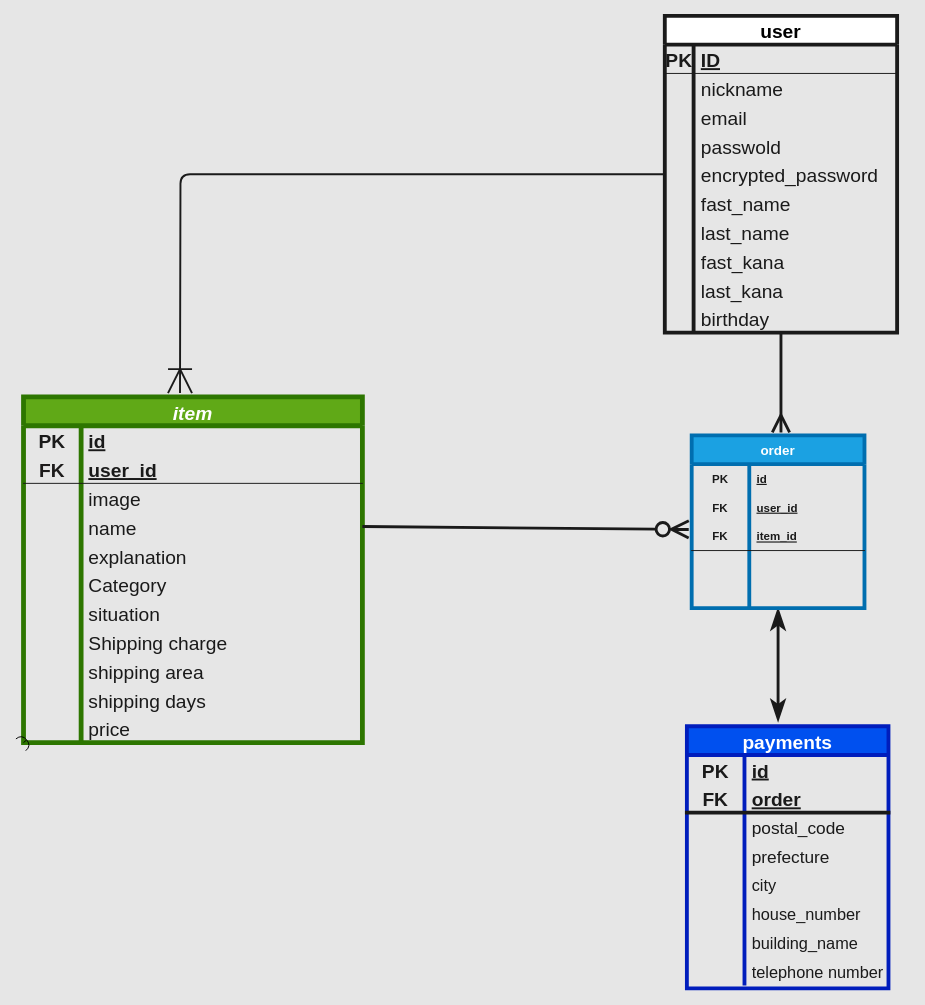
The draw.io diagram page "ページ1" (1 of 2) of furima.dio in mugiwararf/furima-38928, before the edit. Source tidied: cells renumbered, new cells numbered last; positions are measured from the earlier drawing's top-left corner, leaving out a move shared by most shapes. Both pictures are drawn from the tidied source at 96%, with x=0, y=0 at pixel (23, 15).
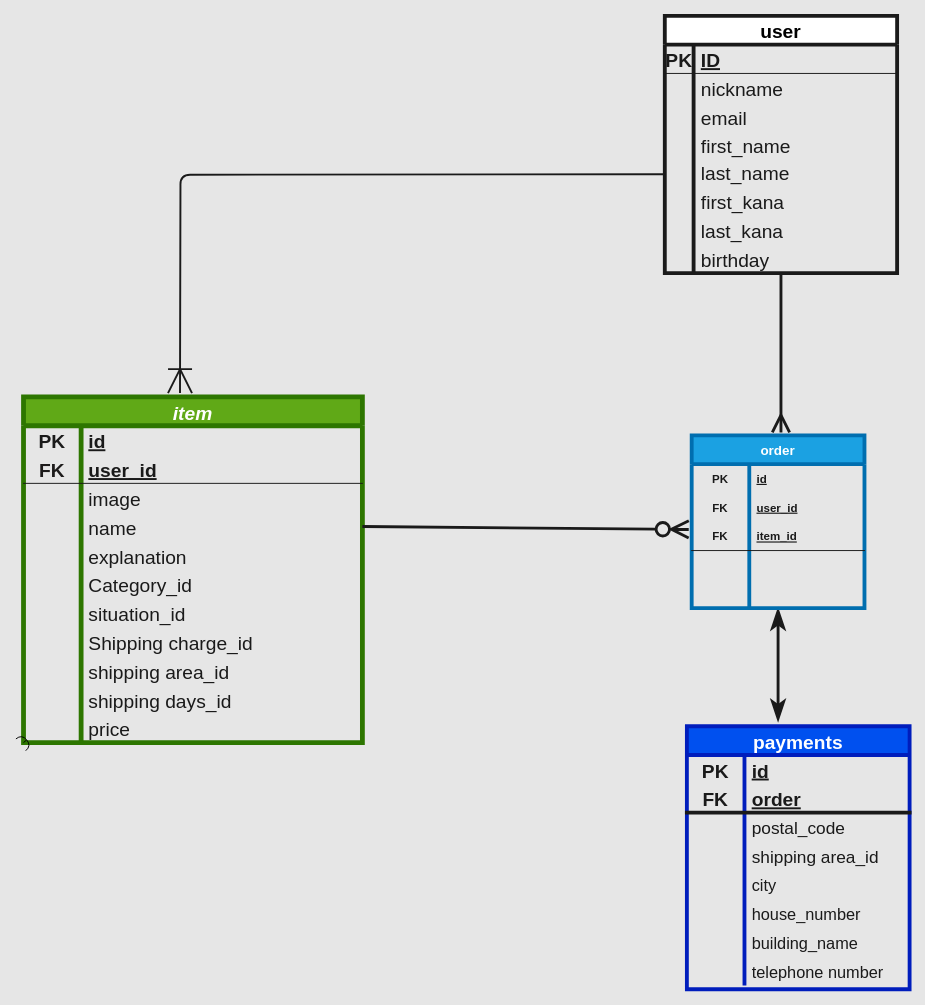
Above is the later version.

The change refers to these unchanged cells:
```xml
<mxCell id="50" style="shape=tableRow;horizontal=0;startSize=0;swimlaneHead=0;swimlaneBody=0;fillColor=none;top=0;left=0;right=0;bottom=0;fontSize=20;" parent="34" vertex="1">
  <mxGeometry y="180" width="353" height="30" as="geometry" />
</mxCell>
<mxCell id="53" style="shape=tableRow;horizontal=0;startSize=0;swimlaneHead=0;swimlaneBody=0;fillColor=none;top=0;left=0;right=0;bottom=0;fontSize=20;" parent="34" vertex="1">
  <mxGeometry y="210" width="353" height="30" as="geometry" />
</mxCell>
<mxCell id="56" style="shape=tableRow;horizontal=0;startSize=0;swimlaneHead=0;swimlaneBody=0;fillColor=none;top=0;left=0;right=0;bottom=0;fontSize=20;" parent="34" vertex="1">
  <mxGeometry y="240" width="353" height="30" as="geometry" />
</mxCell>
<mxCell id="59" style="shape=tableRow;horizontal=0;startSize=0;swimlaneHead=0;swimlaneBody=0;fillColor=none;top=0;left=0;right=0;bottom=0;fontSize=20;" parent="34" vertex="1">
  <mxGeometry y="270" width="353" height="30" as="geometry" />
</mxCell>
<mxCell id="62" style="shape=tableRow;horizontal=0;startSize=0;swimlaneHead=0;swimlaneBody=0;fillColor=none;top=0;left=0;right=0;bottom=0;fontSize=20;" parent="34" vertex="1">
  <mxGeometry y="300" width="353" height="30" as="geometry" />
</mxCell>
```

Diff of the diagram source:
```diff
@@
     <mxCell id="3" value="user" style="shape=table;startSize=30;childLayout=tableLayout;rowLines=0;fontStyle=1;align=center;fontSize=20;strokeColor=#1A1A1A;strokeWidth=4;" parent="1" vertex="1">
-      <mxGeometry x="668" width="242" height="330" as="geometry" />
+      <mxGeometry x="668" width="242" height="268" as="geometry" />
     </mxCell>
@@
-    <mxCell id="13" style="shape=tableRow;horizontal=0;startSize=0;swimlaneHead=0;swimlaneBody=0;fillColor=none;top=0;left=0;right=0;bottom=0;fontSize=20;" parent="3" vertex="1">
-      <mxGeometry y="120" width="242" height="30" as="geometry" />
-    </mxCell>
-    <mxCell id="14" style="shape=partialRectangle;fillColor=none;top=0;left=0;bottom=0;right=0;overflow=hidden;fontSize=20;" parent="13" vertex="1">
-      <mxGeometry width="30" height="30" as="geometry" />
-    </mxCell>
-    <mxCell id="15" value="passwold" style="shape=partialRectangle;fillColor=none;top=0;left=0;bottom=0;right=0;align=left;spacingLeft=6;overflow=hidden;fontSize=20;fontColor=#1A1A1A;" parent="13" vertex="1">
-      <mxGeometry x="30" width="212" height="30" as="geometry" />
-    </mxCell>
-    <mxCell id="16" style="shape=tableRow;horizontal=0;startSize=0;swimlaneHead=0;swimlaneBody=0;fillColor=none;points=[[0,0.5],[1,0.5]];portConstraint=eastwest;top=0;left=0;right=0;bottom=0;fontSize=20;" parent="3" vertex="1">
-      <mxGeometry y="150" width="242" height="30" as="geometry" />
-    </mxCell>
-    <mxCell id="17" style="shape=partialRectangle;fillColor=none;top=0;left=0;bottom=0;right=0;overflow=hidden;fontSize=20;" parent="16" vertex="1">
-      <mxGeometry width="30" height="30" as="geometry" />
-    </mxCell>
-    <mxCell id="18" value="encrypted_password" style="shape=partialRectangle;fillColor=none;top=0;left=0;bottom=0;right=0;align=left;spacingLeft=6;overflow=hidden;fontSize=20;fontColor=#1A1A1A;" parent="16" vertex="1">
-      <mxGeometry x="30" width="212" height="30" as="geometry" />
-    </mxCell>
     <mxCell id="19" style="shape=tableRow;horizontal=0;startSize=0;swimlaneHead=0;swimlaneBody=0;fillColor=none;top=0;left=0;right=0;bottom=0;fontSize=20;" parent="3" vertex="1">
-      <mxGeometry y="180" width="242" height="30" as="geometry" />
+      <mxGeometry y="120" width="242" height="28" as="geometry" />
     </mxCell>
     <mxCell id="20" style="shape=partialRectangle;fillColor=none;top=0;left=0;bottom=0;right=0;overflow=hidden;fontSize=20;" parent="19" vertex="1">
-      <mxGeometry width="30" height="30" as="geometry" />
+      <mxGeometry width="30" height="28" as="geometry" />
     </mxCell>
-    <mxCell id="21" value="fast_name" style="shape=partialRectangle;fillColor=none;top=0;left=0;bottom=0;right=0;align=left;spacingLeft=6;overflow=hidden;fontSize=20;fontColor=#1A1A1A;" parent="19" vertex="1">
-      <mxGeometry x="30" width="212" height="30" as="geometry" />
+    <mxCell id="21" value="first_name" style="shape=partialRectangle;fillColor=none;top=0;left=0;bottom=0;right=0;align=left;spacingLeft=6;overflow=hidden;fontSize=20;fontColor=#1A1A1A;" parent="19" vertex="1">
+      <mxGeometry x="30" width="212" height="28" as="geometry" />
     </mxCell>
     <mxCell id="22" style="shape=tableRow;horizontal=0;startSize=0;swimlaneHead=0;swimlaneBody=0;fillColor=none;top=0;left=0;right=0;bottom=0;fontSize=20;" parent="3" vertex="1">
-      <mxGeometry y="210" width="242" height="30" as="geometry" />
+      <mxGeometry y="148" width="242" height="30" as="geometry" />
     </mxCell>
@@
     <mxCell id="25" style="shape=tableRow;horizontal=0;startSize=0;swimlaneHead=0;swimlaneBody=0;fillColor=none;top=0;left=0;right=0;bottom=0;fontSize=20;" parent="3" vertex="1">
-      <mxGeometry y="240" width="242" height="30" as="geometry" />
+      <mxGeometry y="178" width="242" height="30" as="geometry" />
     </mxCell>
@@
-    <mxCell id="27" value="fast_kana" style="shape=partialRectangle;fillColor=none;top=0;left=0;bottom=0;right=0;align=left;spacingLeft=6;overflow=hidden;fontSize=20;fontColor=#1A1A1A;" parent="25" vertex="1">
+    <mxCell id="27" value="first_kana" style="shape=partialRectangle;fillColor=none;top=0;left=0;bottom=0;right=0;align=left;spacingLeft=6;overflow=hidden;fontSize=20;fontColor=#1A1A1A;" parent="25" vertex="1">
       <mxGeometry x="30" width="212" height="30" as="geometry" />
     </mxCell>
     <mxCell id="28" style="shape=tableRow;horizontal=0;startSize=0;swimlaneHead=0;swimlaneBody=0;fillColor=none;top=0;left=0;right=0;bottom=0;fontSize=20;" parent="3" vertex="1">
-      <mxGeometry y="270" width="242" height="30" as="geometry" />
+      <mxGeometry y="208" width="242" height="30" as="geometry" />
     </mxCell>
@@
     <mxCell id="31" style="shape=tableRow;horizontal=0;startSize=0;swimlaneHead=0;swimlaneBody=0;fillColor=none;top=0;left=0;right=0;bottom=0;fontSize=20;" parent="3" vertex="1">
-      <mxGeometry y="300" width="242" height="30" as="geometry" />
+      <mxGeometry y="238" width="242" height="30" as="geometry" />
     </mxCell>
@@
-    <mxCell id="52" value="Category" style="shape=partialRectangle;fillColor=none;top=0;left=0;bottom=0;right=0;align=left;spacingLeft=6;overflow=hidden;fontSize=20;fontColor=#1A1A1A;" parent="50" vertex="1">
+    <mxCell id="52" value="Category_id" style="shape=partialRectangle;fillColor=none;top=0;left=0;bottom=0;right=0;align=left;spacingLeft=6;overflow=hidden;fontSize=20;fontColor=#1A1A1A;" parent="50" vertex="1">
       <mxGeometry x="60" width="293" height="30" as="geometry" />
     </mxCell>
@@
-    <mxCell id="55" value="situation" style="shape=partialRectangle;fillColor=none;top=0;left=0;bottom=0;right=0;align=left;spacingLeft=6;overflow=hidden;fontSize=20;fontColor=#1A1A1A;" parent="53" vertex="1">
+    <mxCell id="55" value="situation_id" style="shape=partialRectangle;fillColor=none;top=0;left=0;bottom=0;right=0;align=left;spacingLeft=6;overflow=hidden;fontSize=20;fontColor=#1A1A1A;" parent="53" vertex="1">
       <mxGeometry x="60" width="293" height="30" as="geometry" />
     </mxCell>
@@
-    <mxCell id="58" value="Shipping charge" style="shape=partialRectangle;fillColor=none;top=0;left=0;bottom=0;right=0;align=left;spacingLeft=6;overflow=hidden;fontSize=20;fontColor=#1A1A1A;" parent="56" vertex="1">
+    <mxCell id="58" value="Shipping charge_id" style="shape=partialRectangle;fillColor=none;top=0;left=0;bottom=0;right=0;align=left;spacingLeft=6;overflow=hidden;fontSize=20;fontColor=#1A1A1A;" parent="56" vertex="1">
       <mxGeometry x="60" width="293" height="30" as="geometry" />
     </mxCell>
@@
-    <mxCell id="61" value="shipping area" style="shape=partialRectangle;fillColor=none;top=0;left=0;bottom=0;right=0;align=left;spacingLeft=6;overflow=hidden;fontSize=20;fontColor=#1A1A1A;" parent="59" vertex="1">
+    <mxCell id="61" value="shipping area_id" style="shape=partialRectangle;fillColor=none;top=0;left=0;bottom=0;right=0;align=left;spacingLeft=6;overflow=hidden;fontSize=20;fontColor=#1A1A1A;" parent="59" vertex="1">
       <mxGeometry x="60" width="293" height="30" as="geometry" />
     </mxCell>
@@
-    <mxCell id="64" value="shipping days" style="shape=partialRectangle;fillColor=none;top=0;left=0;bottom=0;right=0;align=left;spacingLeft=6;overflow=hidden;fontSize=20;fontColor=#1A1A1A;" parent="62" vertex="1">
+    <mxCell id="64" value="shipping days_id" style="shape=partialRectangle;fillColor=none;top=0;left=0;bottom=0;right=0;align=left;spacingLeft=6;overflow=hidden;fontSize=20;fontColor=#1A1A1A;" parent="62" vertex="1">
       <mxGeometry x="60" width="293" height="30" as="geometry" />
     </mxCell>
@@
-    <mxCell id="69" style="edgeStyle=orthogonalEdgeStyle;html=1;exitX=0;exitY=0.5;exitDx=0;exitDy=0;strokeColor=#1A1A1A;strokeWidth=2;fontSize=20;fontColor=#1A1A1A;endArrow=ERoneToMany;endFill=0;endSize=22;" parent="1" edge="1" source="16">
+    <mxCell id="69" style="edgeStyle=orthogonalEdgeStyle;html=1;exitX=0;exitY=0.5;exitDx=0;exitDy=0;strokeColor=#1A1A1A;strokeWidth=2;fontSize=20;fontColor=#1A1A1A;endArrow=ERoneToMany;endFill=0;endSize=22;" parent="1" edge="1">
       <mxGeometry relative="1" as="geometry">
+        <mxPoint x="668" y="165" as="sourcePoint" />
         <mxPoint x="163" y="393" as="targetPoint" />
       </mxGeometry>
     </mxCell>
     <mxCell id="70" value="payments" style="shape=table;startSize=30;childLayout=tableLayout;rowLines=0;fontStyle=1;align=center;labelBackgroundColor=none;strokeColor=#001DBC;strokeWidth=4;fontSize=20;fontColor=#ffffff;fillColor=#0050ef;" parent="1" vertex="1">
-      <mxGeometry x="691" y="740" width="210" height="273" as="geometry" />
+      <mxGeometry x="691" y="740" width="232" height="274" as="geometry" />
     </mxCell>
     <mxCell id="71" style="shape=tableRow;horizontal=0;startSize=0;swimlaneHead=0;swimlaneBody=0;fillColor=none;top=0;left=0;right=0;bottom=0;labelBackgroundColor=none;strokeColor=#1A1A1A;strokeWidth=4;fontSize=20;fontColor=#1A1A1A;" parent="70" vertex="1">
-      <mxGeometry y="30" width="210" height="30" as="geometry" />
+      <mxGeometry y="30" width="232" height="30" as="geometry" />
     </mxCell>
@@
     <mxCell id="73" value="id" style="shape=partialRectangle;fillColor=none;top=0;left=0;bottom=0;right=0;align=left;spacingLeft=6;fontStyle=5;overflow=hidden;labelBackgroundColor=none;strokeColor=#1A1A1A;strokeWidth=4;fontSize=20;fontColor=#1A1A1A;" parent="71" vertex="1">
-      <mxGeometry x="60" width="150" height="30" as="geometry" />
+      <mxGeometry x="60" width="172" height="30" as="geometry" />
     </mxCell>
     <mxCell id="74" style="shape=tableRow;horizontal=0;startSize=0;swimlaneHead=0;swimlaneBody=0;fillColor=none;top=0;left=0;right=0;bottom=1;labelBackgroundColor=none;strokeColor=#1A1A1A;strokeWidth=4;fontSize=20;fontColor=#1A1A1A;" parent="70" vertex="1">
-      <mxGeometry y="60" width="210" height="30" as="geometry" />
+      <mxGeometry y="60" width="232" height="30" as="geometry" />
     </mxCell>
@@
     <mxCell id="76" value="order" style="shape=partialRectangle;fillColor=none;top=0;left=0;bottom=0;right=0;align=left;spacingLeft=6;fontStyle=5;overflow=hidden;labelBackgroundColor=none;strokeColor=#1A1A1A;strokeWidth=4;fontSize=20;fontColor=#1A1A1A;" parent="74" vertex="1">
-      <mxGeometry x="60" width="150" height="30" as="geometry" />
+      <mxGeometry x="60" width="172" height="30" as="geometry" />
     </mxCell>
     <mxCell id="77" style="shape=tableRow;horizontal=0;startSize=0;swimlaneHead=0;swimlaneBody=0;fillColor=none;top=0;left=0;right=0;bottom=0;labelBackgroundColor=none;strokeColor=#1A1A1A;strokeWidth=4;fontSize=20;fontColor=#1A1A1A;" parent="70" vertex="1">
-      <mxGeometry y="90" width="210" height="30" as="geometry" />
+      <mxGeometry y="90" width="232" height="30" as="geometry" />
     </mxCell>
@@
     <mxCell id="79" value="postal_code" style="shape=partialRectangle;fillColor=none;top=0;left=0;bottom=0;right=0;align=left;spacingLeft=6;overflow=hidden;labelBackgroundColor=none;strokeColor=#1A1A1A;strokeWidth=4;fontSize=18;fontColor=#1A1A1A;" parent="77" vertex="1">
-      <mxGeometry x="60" width="150" height="30" as="geometry" />
+      <mxGeometry x="60" width="172" height="30" as="geometry" />
     </mxCell>
     <mxCell id="80" style="shape=tableRow;horizontal=0;startSize=0;swimlaneHead=0;swimlaneBody=0;fillColor=none;top=0;left=0;right=0;bottom=0;labelBackgroundColor=none;strokeColor=#1A1A1A;strokeWidth=4;fontSize=20;fontColor=#1A1A1A;" parent="70" vertex="1">
-      <mxGeometry y="120" width="210" height="30" as="geometry" />
+      <mxGeometry y="120" width="232" height="30" as="geometry" />
     </mxCell>
@@
-    <mxCell id="82" value="prefecture" style="shape=partialRectangle;fillColor=none;top=0;left=0;bottom=0;right=0;align=left;spacingLeft=6;overflow=hidden;labelBackgroundColor=none;strokeColor=#1A1A1A;strokeWidth=4;fontSize=18;fontColor=#1A1A1A;" parent="80" vertex="1">
-      <mxGeometry x="60" width="150" height="30" as="geometry" />
+    <mxCell id="82" value="shipping area_id" style="shape=partialRectangle;fillColor=none;top=0;left=0;bottom=0;right=0;align=left;spacingLeft=6;overflow=hidden;labelBackgroundColor=none;strokeColor=#1A1A1A;strokeWidth=4;fontSize=18;fontColor=#1A1A1A;" parent="80" vertex="1">
+      <mxGeometry x="60" width="172" height="30" as="geometry" />
     </mxCell>
     <mxCell id="83" style="shape=tableRow;horizontal=0;startSize=0;swimlaneHead=0;swimlaneBody=0;fillColor=none;top=0;left=0;right=0;bottom=0;strokeColor=#1A1A1A;strokeWidth=4;fontSize=14;fontColor=#1A1A1A;" parent="70" vertex="1">
-      <mxGeometry y="150" width="210" height="30" as="geometry" />
+      <mxGeometry y="150" width="232" height="30" as="geometry" />
     </mxCell>
@@
     <mxCell id="85" value="city" style="shape=partialRectangle;fillColor=none;top=0;left=0;bottom=0;right=0;align=left;spacingLeft=6;overflow=hidden;strokeColor=#1A1A1A;strokeWidth=4;fontSize=17;fontColor=#1A1A1A;" parent="83" vertex="1">
-      <mxGeometry x="60" width="150" height="30" as="geometry" />
+      <mxGeometry x="60" width="172" height="30" as="geometry" />
     </mxCell>
     <mxCell id="86" style="shape=tableRow;horizontal=0;startSize=0;swimlaneHead=0;swimlaneBody=0;fillColor=none;top=0;left=0;right=0;bottom=0;strokeColor=#1A1A1A;strokeWidth=4;fontSize=14;fontColor=#1A1A1A;" parent="70" vertex="1">
-      <mxGeometry y="180" width="210" height="30" as="geometry" />
+      <mxGeometry y="180" width="232" height="30" as="geometry" />
     </mxCell>
@@
     <mxCell id="88" value="house_number" style="shape=partialRectangle;fillColor=none;top=0;left=0;bottom=0;right=0;align=left;spacingLeft=6;overflow=hidden;strokeColor=#1A1A1A;strokeWidth=4;fontSize=17;fontColor=#1A1A1A;" parent="86" vertex="1">
-      <mxGeometry x="60" width="150" height="30" as="geometry" />
+      <mxGeometry x="60" width="172" height="30" as="geometry" />
     </mxCell>
     <mxCell id="89" style="shape=tableRow;horizontal=0;startSize=0;swimlaneHead=0;swimlaneBody=0;fillColor=none;top=0;left=0;right=0;bottom=0;strokeColor=#1A1A1A;strokeWidth=4;fontSize=14;fontColor=#1A1A1A;" parent="70" vertex="1">
-      <mxGeometry y="210" width="210" height="30" as="geometry" />
+      <mxGeometry y="210" width="232" height="30" as="geometry" />
     </mxCell>
@@
     <mxCell id="91" value="building_name" style="shape=partialRectangle;fillColor=none;top=0;left=0;bottom=0;right=0;align=left;spacingLeft=6;overflow=hidden;strokeColor=#1A1A1A;strokeWidth=4;fontSize=17;fontColor=#1A1A1A;" parent="89" vertex="1">
-      <mxGeometry x="60" width="150" height="30" as="geometry" />
+      <mxGeometry x="60" width="172" height="30" as="geometry" />
     </mxCell>
     <mxCell id="92" style="shape=tableRow;horizontal=0;startSize=0;swimlaneHead=0;swimlaneBody=0;fillColor=none;top=0;left=0;right=0;bottom=0;strokeColor=#1A1A1A;strokeWidth=4;fontSize=14;fontColor=#1A1A1A;" parent="70" vertex="1">
-      <mxGeometry y="240" width="210" height="30" as="geometry" />
+      <mxGeometry y="240" width="232" height="30" as="geometry" />
     </mxCell>
@@
     <mxCell id="94" value="telephone number" style="shape=partialRectangle;fillColor=none;top=0;left=0;bottom=0;right=0;align=left;spacingLeft=6;overflow=hidden;strokeColor=#1A1A1A;strokeWidth=4;fontSize=17;fontColor=#1A1A1A;" parent="92" vertex="1">
-      <mxGeometry x="60" width="150" height="30" as="geometry" />
+      <mxGeometry x="60" width="172" height="30" as="geometry" />
     </mxCell>
```
